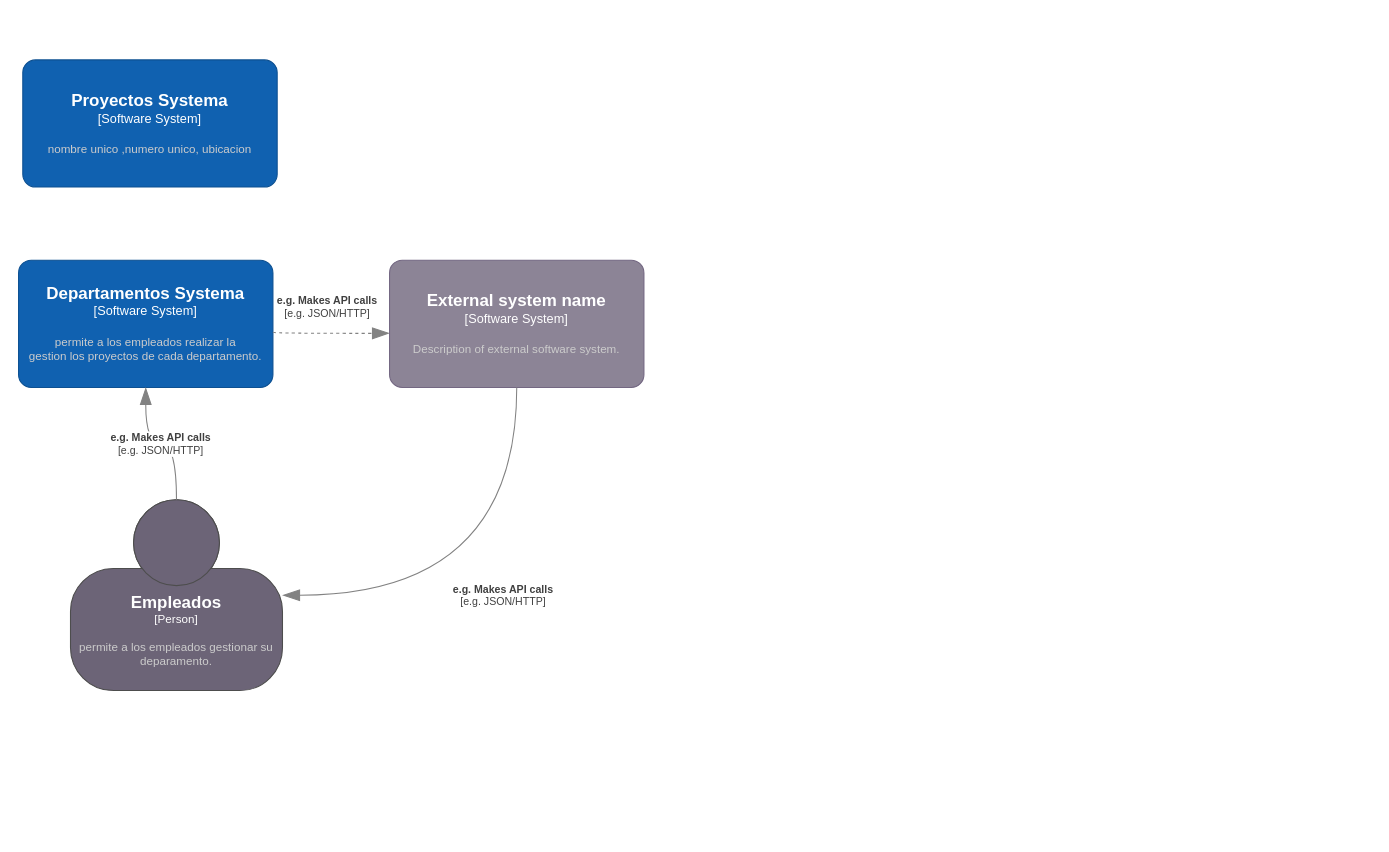
The draw.io diagram Diagrama sin título.drawio in ByronCOR/ESTRUDATOS, before the edit. Source tidied: cells renumbered, new cells numbered last; positions are measured from the earlier drawing's top-left corner, leaving out a move shared by most shapes. Both pictures are drawn from the tidied source at 106%, with x=0, y=0 at pixel (18, 59).
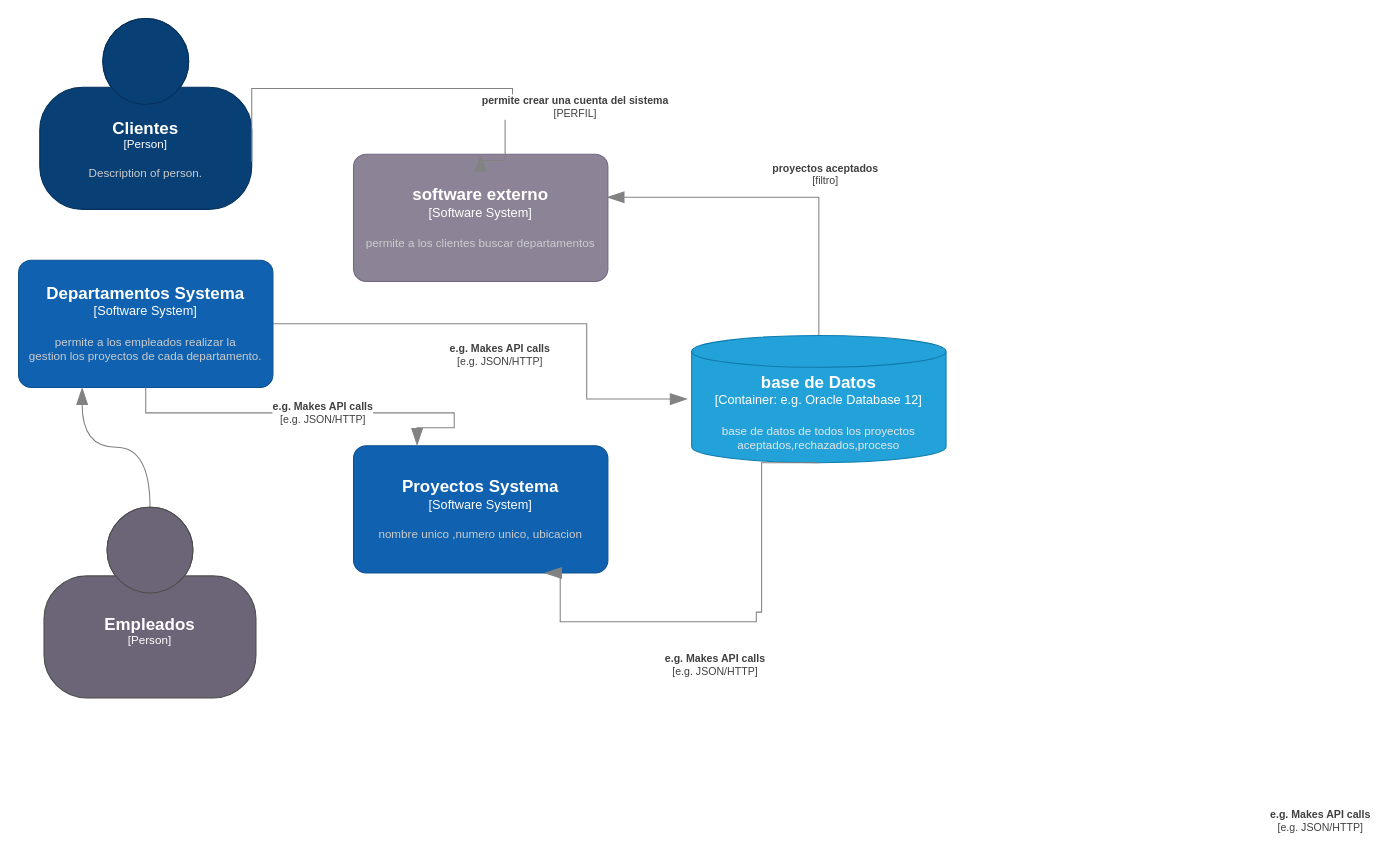
The same diagram, later.

The change refers to these unchanged cells:
```xml
<object id="2" label="&lt;font style=&quot;font-size: 16px&quot;&gt;&lt;b&gt;%c4Name%&lt;/b&gt;&lt;/font&gt;&lt;div&gt;[%c4Type%]&lt;/div&gt;&lt;br&gt;&lt;div&gt;&lt;font style=&quot;font-size: 11px&quot;&gt;&lt;font color=&quot;#cccccc&quot;&gt;%c4Description%&lt;/font&gt;&lt;/div&gt;" c4Description="permite  a los empleados realizar la &#10; gestion los proyectos de cada departamento." c4Name="Departamentos Systema" c4Type="Software System" placeholders="1">
  <mxCell style="rounded=1;whiteSpace=wrap;html=1;labelBackgroundColor=none;fillColor=#1061B0;fontColor=#ffffff;align=center;arcSize=10;strokeColor=#0D5091;points=[[0.25,0,0],[0.5,0,0],[0.75,0,0],[1,0.25,0],[1,0.5,0],[1,0.75,0],[0.75,1,0],[0.5,1,0],[0.25,1,0],[0,0.75,0],[0,0.5,0],[0,0.25,0]];" parent="1" vertex="1">
    <mxGeometry y="189" width="240" height="120" as="geometry" />
  </mxCell>
</object>
```

The edit, as a diff of the source:
```diff
@@
-    <object id="3" label="&lt;div style=&quot;text-align: left&quot;&gt;&lt;div style=&quot;text-align: center&quot;&gt;&lt;b&gt;%c4Description%&lt;/b&gt;&lt;/div&gt;&lt;div style=&quot;text-align: center&quot;&gt;[%c4Technology%]&lt;/div&gt;&lt;/div&gt;" c4Description="e.g. Makes API calls" c4Technology="e.g. JSON/HTTP" placeholders="1">
-      <mxCell style="endArrow=blockThin;html=1;fontSize=10;fontColor=#404040;strokeWidth=1;endFill=1;strokeColor=#828282;elbow=vertical;endSize=14;startSize=14;jumpStyle=arc;jumpSize=16;rounded=0;edgeStyle=orthogonalEdgeStyle;curved=1;dashed=1;" parent="1" edge="1" target="4">
-        <mxGeometry x="-0.07" y="25" relative="1" as="geometry">
-          <mxPoint x="240" y="257" as="sourcePoint" />
-          <Array as="points">
-            <mxPoint x="240" y="258" />
-            <mxPoint x="393" y="258" />
-          </Array>
-        </mxGeometry>
-      </mxCell>
-    </object>
-    <object id="4" label="&lt;font style=&quot;font-size: 16px&quot;&gt;&lt;b&gt;%c4Name%&lt;/b&gt;&lt;/font&gt;&lt;div&gt;[%c4Type%]&lt;/div&gt;&lt;br&gt;&lt;div&gt;&lt;font style=&quot;font-size: 11px&quot;&gt;&lt;font color=&quot;#cccccc&quot;&gt;%c4Description%&lt;/font&gt;&lt;/div&gt;" c4Description="Description of external software system." c4Name="External system name" c4Type="Software System" placeholders="1">
+    <object id="4" label="&lt;font style=&quot;font-size: 16px&quot;&gt;&lt;b&gt;%c4Name%&lt;/b&gt;&lt;/font&gt;&lt;div&gt;[%c4Type%]&lt;/div&gt;&lt;br&gt;&lt;div&gt;&lt;font style=&quot;font-size: 11px&quot;&gt;&lt;font color=&quot;#cccccc&quot;&gt;%c4Description%&lt;/font&gt;&lt;/div&gt;" c4Description="permite a los clientes buscar departamentos" c4Name="software externo" c4Type="Software System" placeholders="1">
       <mxCell style="rounded=1;whiteSpace=wrap;html=1;labelBackgroundColor=none;fillColor=#8C8496;fontColor=#ffffff;align=center;arcSize=10;strokeColor=#736782;points=[[0.25,0,0],[0.5,0,0],[0.75,0,0],[1,0.25,0],[1,0.5,0],[1,0.75,0],[0.75,1,0],[0.5,1,0],[0.25,1,0],[0,0.75,0],[0,0.5,0],[0,0.25,0]];" parent="1" vertex="1">
-        <mxGeometry x="350" y="189" width="240" height="120" as="geometry" />
+        <mxGeometry x="316" y="89" width="240" height="120" as="geometry" />
       </mxCell>
     </object>
-    <object id="5" label="&lt;font style=&quot;font-size: 16px&quot;&gt;&lt;b&gt;%c4Name%&lt;/b&gt;&lt;/font&gt;&lt;div&gt;[%c4Type%]&lt;/div&gt;&lt;br&gt;&lt;div&gt;&lt;font style=&quot;font-size: 11px&quot;&gt;&lt;font color=&quot;#cccccc&quot;&gt;%c4Description%&lt;/font&gt;&lt;/div&gt;" c4Description="permite a los empleados gestionar su deparamento." c4Name="Empleados" c4Type="Person" placeholders="1">
-      <mxCell style="html=1;fontSize=11;dashed=0;whiteSpace=wrap;fillColor=#6C6477;strokeColor=#4D4D4D;fontColor=#ffffff;shape=mxgraph.c4.person2;align=center;points=[[0.5,0,0],[1,0.5,0],[1,0.75,0],[0.75,1,0],[0.5,1,0],[0.25,1,0],[0,0.75,0],[0,0.5,0]];" parent="1" vertex="1">
-        <mxGeometry x="49" y="415" width="200" height="180" as="geometry" />
-      </mxCell>
-    </object>
     <object id="6" label="&lt;font style=&quot;font-size: 16px&quot;&gt;&lt;b&gt;%c4Name%&lt;/b&gt;&lt;/font&gt;&lt;div&gt;[%c4Type%]&lt;/div&gt;&lt;br&gt;&lt;div&gt;&lt;font style=&quot;font-size: 11px&quot;&gt;&lt;font color=&quot;#cccccc&quot;&gt;%c4Description%&lt;/font&gt;&lt;/div&gt;" c4Description="nombre unico ,numero unico, ubicacion" c4Name="Proyectos Systema" c4Type="Software System" placeholders="1">
       <mxCell style="rounded=1;whiteSpace=wrap;html=1;labelBackgroundColor=none;fillColor=#1061B0;fontColor=#ffffff;align=center;arcSize=10;strokeColor=#0D5091;points=[[0.25,0,0],[0.5,0,0],[0.75,0,0],[1,0.25,0],[1,0.5,0],[1,0.75,0],[0.75,1,0],[0.5,1,0],[0.25,1,0],[0,0.75,0],[0,0.5,0],[0,0.25,0]];" parent="1" vertex="1">
-        <mxGeometry x="4" width="240" height="120" as="geometry" />
+        <mxGeometry x="316" y="364" width="240" height="120" as="geometry" />
       </mxCell>
     </object>
     <object id="7" label="&lt;div style=&quot;text-align: left&quot;&gt;&lt;div style=&quot;text-align: center&quot;&gt;&lt;b&gt;%c4Description%&lt;/b&gt;&lt;/div&gt;&lt;div style=&quot;text-align: center&quot;&gt;[%c4Technology%]&lt;/div&gt;&lt;/div&gt;" c4Description="e.g. Makes API calls" c4Technology="e.g. JSON/HTTP" placeholders="1">
-      <mxCell style="endArrow=blockThin;html=1;fontSize=10;fontColor=#404040;strokeWidth=1;endFill=1;strokeColor=#828282;elbow=vertical;endSize=14;startSize=14;jumpStyle=arc;jumpSize=16;rounded=0;edgeStyle=orthogonalEdgeStyle;curved=1;" parent="1" edge="1" source="5" target="2">
-        <mxGeometry relative="1" as="geometry" />
+      <mxCell style="endArrow=blockThin;html=1;fontSize=10;fontColor=#404040;strokeWidth=1;endFill=1;strokeColor=#828282;elbow=vertical;endSize=14;startSize=14;jumpStyle=arc;jumpSize=16;rounded=0;edgeStyle=orthogonalEdgeStyle;curved=1;entryX=0.25;entryY=1;entryDx=0;entryDy=0;entryPerimeter=0;" parent="1" edge="1" source="5" target="2">
+        <mxGeometry x="-0.66" y="-582" relative="1" as="geometry">
+          <mxPoint x="522" y="326" as="offset" />
+        </mxGeometry>
       </mxCell>
     </object>
-    <object id="8" label="&lt;div style=&quot;text-align: left&quot;&gt;&lt;div style=&quot;text-align: center&quot;&gt;&lt;b&gt;%c4Description%&lt;/b&gt;&lt;/div&gt;&lt;div style=&quot;text-align: center&quot;&gt;[%c4Technology%]&lt;/div&gt;&lt;/div&gt;" c4Description="e.g. Makes API calls" c4Technology="e.g. JSON/HTTP" placeholders="1">
-      <mxCell style="endArrow=blockThin;html=1;fontSize=10;fontColor=#404040;strokeWidth=1;endFill=1;strokeColor=#828282;elbow=vertical;endSize=14;startSize=14;jumpStyle=arc;jumpSize=16;rounded=0;edgeStyle=orthogonalEdgeStyle;curved=1;entryX=1;entryY=0.5;entryDx=0;entryDy=0;entryPerimeter=0;exitX=0.5;exitY=1;exitDx=0;exitDy=0;exitPerimeter=0;" parent="1" edge="1" source="4" target="5">
-        <mxGeometry relative="1" as="geometry" />
-      </mxCell>
-    </object>
+    <object id="9" label="&lt;font style=&quot;font-size: 16px&quot;&gt;&lt;b&gt;%c4Name%&lt;/b&gt;&lt;/font&gt;&lt;div&gt;[%c4Type%]&lt;/div&gt;&lt;br&gt;&lt;div&gt;&lt;font style=&quot;font-size: 11px&quot;&gt;&lt;font color=&quot;#cccccc&quot;&gt;%c4Description%&lt;/font&gt;&lt;/div&gt;" c4Description="Description of person." c4Name="Clientes" c4Type="Person" placeholders="1">
+      <mxCell style="html=1;fontSize=11;dashed=0;whiteSpace=wrap;fillColor=#083F75;strokeColor=#06315C;fontColor=#ffffff;shape=mxgraph.c4.person2;align=center;points=[[0.5,0,0],[1,0.5,0],[1,0.75,0],[0.75,1,0],[0.5,1,0],[0.25,1,0],[0,0.75,0],[0,0.5,0]];" parent="1" vertex="1">
+        <mxGeometry x="20" y="-39" width="200" height="180" as="geometry" />
+      </mxCell>
+    </object>
+    <object id="10" label="&lt;div style=&quot;text-align: left&quot;&gt;&lt;div style=&quot;text-align: center&quot;&gt;&lt;b&gt;%c4Description%&lt;/b&gt;&lt;/div&gt;&lt;div style=&quot;text-align: center&quot;&gt;[%c4Technology%]&lt;/div&gt;&lt;/div&gt;" c4Description=" permite crear una cuenta del sistema" c4Technology="PERFIL" placeholders="1">
+      <mxCell style="endArrow=blockThin;html=1;fontSize=10;fontColor=#404040;strokeWidth=1;endFill=1;strokeColor=#828282;elbow=vertical;endSize=14;startSize=14;jumpStyle=arc;jumpSize=16;rounded=0;edgeStyle=orthogonalEdgeStyle;entryX=0.5;entryY=0;entryDx=0;entryDy=0;entryPerimeter=0;exitX=1;exitY=0.75;exitDx=0;exitDy=0;exitPerimeter=0;" parent="1" edge="1" source="9" target="4">
+        <mxGeometry x="0.54" y="60" relative="1" as="geometry">
+          <Array as="points">
+            <mxPoint x="220" y="27" />
+            <mxPoint x="466" y="27" />
+            <mxPoint x="466" y="35" />
+            <mxPoint x="459" y="35" />
+            <mxPoint x="459" y="95" />
+          </Array>
+          <mxPoint x="59" y="-51" as="offset" />
+        </mxGeometry>
+      </mxCell>
+    </object>
+    <object id="11" label="&lt;div style=&quot;text-align: left&quot;&gt;&lt;div style=&quot;text-align: center&quot;&gt;&lt;b&gt;%c4Description%&lt;/b&gt;&lt;/div&gt;&lt;div style=&quot;text-align: center&quot;&gt;[%c4Technology%]&lt;/div&gt;&lt;/div&gt;" c4Description="proyectos aceptados" c4Technology="filtro" placeholders="1">
+      <mxCell style="endArrow=blockThin;html=1;fontSize=10;fontColor=#404040;strokeWidth=1;endFill=1;strokeColor=#828282;elbow=vertical;endSize=14;startSize=14;jumpStyle=arc;jumpSize=16;rounded=0;edgeStyle=orthogonalEdgeStyle;entryX=0.996;entryY=0.338;entryDx=0;entryDy=0;entryPerimeter=0;exitX=0.5;exitY=0;exitDx=0;exitDy=0;exitPerimeter=0;" parent="1" edge="1" source="12" target="4">
+        <mxGeometry x="-0.21" y="-22" relative="1" as="geometry">
+          <mxPoint x="6" as="offset" />
+        </mxGeometry>
+      </mxCell>
+    </object>
+    <object id="12" label="&lt;font style=&quot;font-size: 16px&quot;&gt;&lt;b&gt;%c4Name%&lt;/b&gt;&lt;/font&gt;&lt;div&gt;[%c4Type%:&amp;nbsp;%c4Technology%]&lt;/div&gt;&lt;br&gt;&lt;div&gt;&lt;font style=&quot;font-size: 11px&quot;&gt;&lt;font color=&quot;#E6E6E6&quot;&gt;%c4Description%&lt;/font&gt;&lt;/div&gt;" c4Description="base de datos de todos los proyectos aceptados,rechazados,proceso" c4Name="base de Datos" c4Technology="e.g. Oracle Database 12" c4Type="Container" placeholders="1">
+      <mxCell style="shape=cylinder3;size=15;whiteSpace=wrap;html=1;boundedLbl=1;rounded=0;labelBackgroundColor=none;fillColor=#23A2D9;fontSize=12;fontColor=#ffffff;align=center;strokeColor=#0E7DAD;points=[[0.5,0,0],[1,0.25,0],[1,0.5,0],[1,0.75,0],[0.5,1,0],[0,0.75,0],[0,0.5,0],[0,0.25,0]];" parent="1" vertex="1">
+        <mxGeometry x="635" y="260" width="240" height="120" as="geometry" />
+      </mxCell>
+    </object>
+    <object id="13" label="&lt;div style=&quot;text-align: left&quot;&gt;&lt;div style=&quot;text-align: center&quot;&gt;&lt;b&gt;%c4Description%&lt;/b&gt;&lt;/div&gt;&lt;div style=&quot;text-align: center&quot;&gt;[%c4Technology%]&lt;/div&gt;&lt;/div&gt;" c4Description="e.g. Makes API calls" c4Technology="e.g. JSON/HTTP" placeholders="1">
+      <mxCell style="endArrow=blockThin;html=1;fontSize=10;fontColor=#404040;strokeWidth=1;endFill=1;strokeColor=#828282;elbow=vertical;endSize=14;startSize=14;jumpStyle=arc;jumpSize=16;rounded=0;edgeStyle=orthogonalEdgeStyle;exitX=0.5;exitY=1;exitDx=0;exitDy=0;exitPerimeter=0;entryX=0.75;entryY=1;entryDx=0;entryDy=0;entryPerimeter=0;" parent="1" edge="1" source="12" target="6">
+        <mxGeometry x="0.09" y="41" relative="1" as="geometry">
+          <Array as="points">
+            <mxPoint x="701" y="380" />
+            <mxPoint x="701" y="521" />
+            <mxPoint x="696" y="521" />
+            <mxPoint x="696" y="530" />
+            <mxPoint x="511" y="530" />
+            <mxPoint x="511" y="484" />
+          </Array>
+        </mxGeometry>
+      </mxCell>
+    </object>
+    <object id="5" label="&lt;font style=&quot;font-size: 16px&quot;&gt;&lt;b&gt;%c4Name%&lt;/b&gt;&lt;/font&gt;&lt;div&gt;[%c4Type%]&lt;/div&gt;&lt;br&gt;&lt;div&gt;&lt;font style=&quot;font-size: 11px&quot;&gt;&lt;font color=&quot;#cccccc&quot;&gt;%c4Description%&lt;/font&gt;&lt;/div&gt;" c4Description="" c4Name="Empleados" c4Type="Person" placeholders="1">
+      <mxCell style="html=1;fontSize=11;dashed=0;whiteSpace=wrap;fillColor=#6C6477;strokeColor=#4D4D4D;fontColor=#ffffff;shape=mxgraph.c4.person2;align=center;points=[[0.5,0,0],[1,0.5,0],[1,0.75,0],[0.75,1,0],[0.5,1,0],[0.25,1,0],[0,0.75,0],[0,0.5,0]];" parent="1" vertex="1">
+        <mxGeometry x="24" y="422" width="200" height="180" as="geometry" />
+      </mxCell>
+    </object>
+    <object id="14" label="&lt;div style=&quot;text-align: left&quot;&gt;&lt;div style=&quot;text-align: center&quot;&gt;&lt;b&gt;%c4Description%&lt;/b&gt;&lt;/div&gt;&lt;div style=&quot;text-align: center&quot;&gt;[%c4Technology%]&lt;/div&gt;&lt;/div&gt;" c4Description="e.g. Makes API calls" c4Technology="e.g. JSON/HTTP" placeholders="1">
+      <mxCell style="endArrow=blockThin;html=1;fontSize=10;fontColor=#404040;strokeWidth=1;endFill=1;strokeColor=#828282;elbow=vertical;endSize=14;startSize=14;jumpStyle=arc;jumpSize=16;rounded=0;edgeStyle=orthogonalEdgeStyle;exitX=0.5;exitY=1;exitDx=0;exitDy=0;exitPerimeter=0;entryX=0.25;entryY=0;entryDx=0;entryDy=0;entryPerimeter=0;" parent="1" edge="1" source="2" target="6">
+        <mxGeometry relative="1" as="geometry">
+          <Array as="points">
+            <mxPoint x="120" y="333" />
+            <mxPoint x="411" y="333" />
+            <mxPoint x="411" y="347" />
+          </Array>
+        </mxGeometry>
+      </mxCell>
+    </object>
+    <object id="15" label="&lt;div style=&quot;text-align: left&quot;&gt;&lt;div style=&quot;text-align: center&quot;&gt;&lt;b&gt;%c4Description%&lt;/b&gt;&lt;/div&gt;&lt;div style=&quot;text-align: center&quot;&gt;[%c4Technology%]&lt;/div&gt;&lt;/div&gt;" c4Description="e.g. Makes API calls" c4Technology="e.g. JSON/HTTP" placeholders="1">
+      <mxCell style="endArrow=blockThin;html=1;fontSize=10;fontColor=#404040;strokeWidth=1;endFill=1;strokeColor=#828282;elbow=vertical;endSize=14;startSize=14;jumpStyle=arc;jumpSize=16;rounded=0;edgeStyle=orthogonalEdgeStyle;exitX=1;exitY=0.5;exitDx=0;exitDy=0;exitPerimeter=0;" parent="1" edge="1" source="2">
+        <mxGeometry x="-0.08" y="-29" relative="1" as="geometry">
+          <mxPoint x="631" y="320" as="targetPoint" />
+          <Array as="points">
+            <mxPoint x="536" y="249" />
+            <mxPoint x="536" y="320" />
+          </Array>
+          <mxPoint x="1" as="offset" />
+        </mxGeometry>
+      </mxCell>
+    </object>
```
